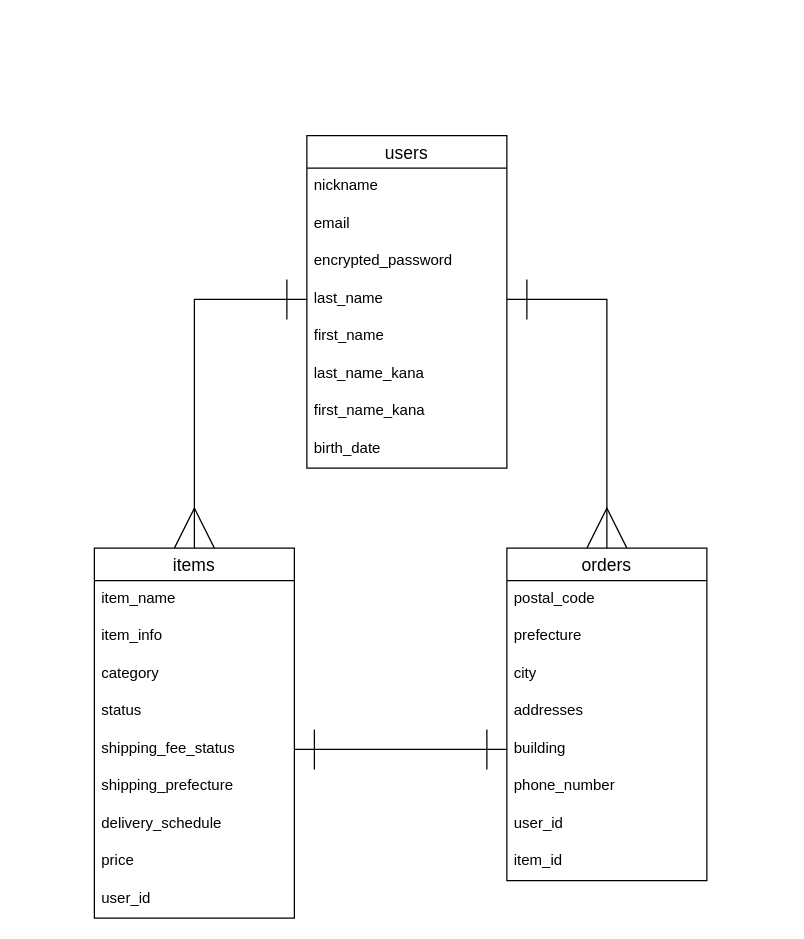
Above: er_fig.dio in 28niwa2108/furima-36323 (draw.io), before the change. Source tidied: cells renumbered, new cells numbered last; positions are measured from the earlier drawing's top-left corner, leaving out a move shared by most shapes. Both pictures are drawn from the tidied source at 125%, with x=0, y=0 at pixel (94, 135).
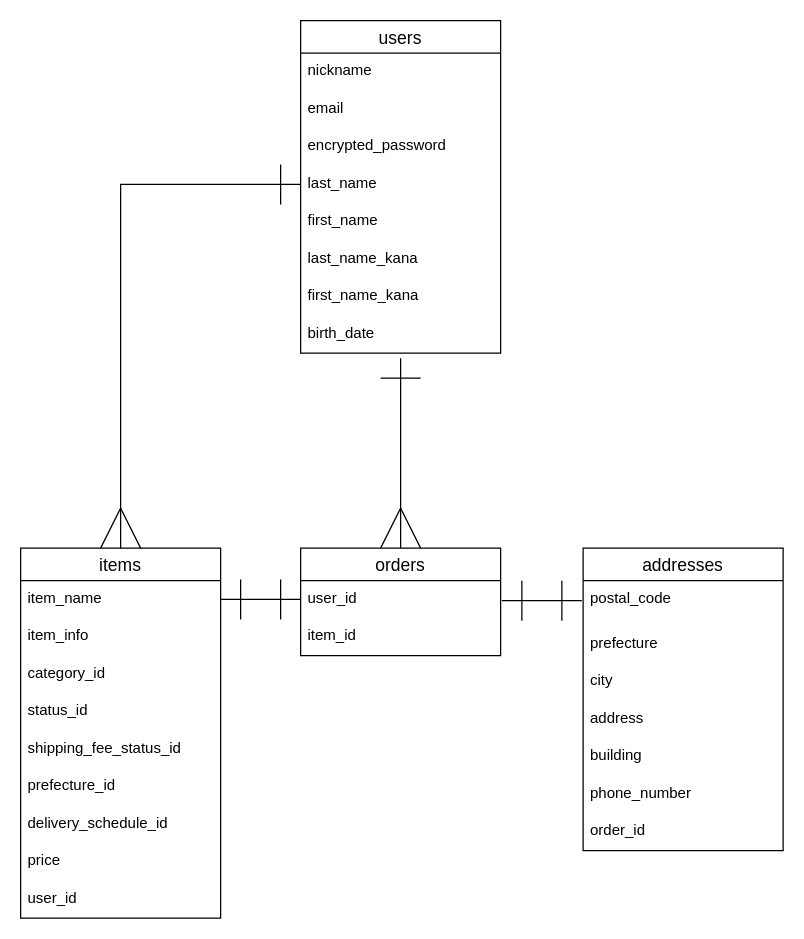
After the change.

Commit message (it also covers changes not shown here):
購入機能に関するテーブル分割

The change refers to these unchanged cells:
```xml
<mxCell id="6" value="last_name" style="text;strokeColor=none;fillColor=none;spacingLeft=4;spacingRight=4;overflow=hidden;points=[[0,0.5],[1,0.5]];portConstraint=eastwest;fontSize=12;" parent="2" vertex="1">
  <mxGeometry y="116" width="160" height="30" as="geometry" />
</mxCell>
<mxCell id="12" value="item_name" style="text;strokeColor=none;fillColor=none;spacingLeft=4;spacingRight=4;overflow=hidden;points=[[0,0.5],[1,0.5]];portConstraint=eastwest;fontSize=12;" parent="11" vertex="1">
  <mxGeometry y="26" width="160" height="30" as="geometry" />
</mxCell>
```

Diff of the diagram source:
```diff
@@
     <mxCell id="2" value="users" style="swimlane;fontStyle=0;horizontal=1;startSize=26;align=center;fontSize=14;" parent="1" vertex="1">
-      <mxGeometry x="170" width="160" height="266" as="geometry" />
+      <mxGeometry x="165" y="-92" width="160" height="266" as="geometry" />
     </mxCell>
@@
     <mxCell id="11" value="items" style="swimlane;fontStyle=0;horizontal=1;startSize=26;align=center;fontSize=14;" parent="1" vertex="1">
-      <mxGeometry y="330" width="160" height="296" as="geometry" />
+      <mxGeometry x="-59" y="330" width="160" height="296" as="geometry" />
     </mxCell>
@@
-    <mxCell id="14" value="category" style="text;strokeColor=none;fillColor=none;spacingLeft=4;spacingRight=4;overflow=hidden;fontSize=12;" parent="11" vertex="1">
+    <mxCell id="14" value="category_id" style="text;strokeColor=none;fillColor=none;spacingLeft=4;spacingRight=4;overflow=hidden;fontSize=12;" parent="11" vertex="1">
       <mxGeometry y="86" width="160" height="30" as="geometry" />
     </mxCell>
-    <mxCell id="15" value="status" style="text;strokeColor=none;fillColor=none;spacingLeft=4;spacingRight=4;overflow=hidden;fontSize=12;" parent="11" vertex="1">
+    <mxCell id="15" value="status_id" style="text;strokeColor=none;fillColor=none;spacingLeft=4;spacingRight=4;overflow=hidden;fontSize=12;" parent="11" vertex="1">
       <mxGeometry y="116" width="160" height="30" as="geometry" />
     </mxCell>
-    <mxCell id="16" value="shipping_fee_status" style="text;strokeColor=none;fillColor=none;spacingLeft=4;spacingRight=4;overflow=hidden;points=[[0,0.5],[1,0.5]];portConstraint=eastwest;fontSize=12;" parent="11" vertex="1">
+    <mxCell id="16" value="shipping_fee_status_id" style="text;strokeColor=none;fillColor=none;spacingLeft=4;spacingRight=4;overflow=hidden;points=[[0,0.5],[1,0.5]];portConstraint=eastwest;fontSize=12;" parent="11" vertex="1">
       <mxGeometry y="146" width="160" height="30" as="geometry" />
     </mxCell>
-    <mxCell id="17" value="shipping_prefecture" style="text;strokeColor=none;fillColor=none;spacingLeft=4;spacingRight=4;overflow=hidden;fontSize=12;" parent="11" vertex="1">
+    <mxCell id="17" value="prefecture_id" style="text;strokeColor=none;fillColor=none;spacingLeft=4;spacingRight=4;overflow=hidden;fontSize=12;" parent="11" vertex="1">
       <mxGeometry y="176" width="160" height="30" as="geometry" />
     </mxCell>
-    <mxCell id="18" value="delivery_schedule" style="text;strokeColor=none;fillColor=none;spacingLeft=4;spacingRight=4;overflow=hidden;fontSize=12;" parent="11" vertex="1">
+    <mxCell id="18" value="delivery_schedule_id" style="text;strokeColor=none;fillColor=none;spacingLeft=4;spacingRight=4;overflow=hidden;fontSize=12;" parent="11" vertex="1">
       <mxGeometry y="206" width="160" height="30" as="geometry" />
     </mxCell>
@@
-    <mxCell id="21" value="orders" style="swimlane;fontStyle=0;horizontal=1;startSize=26;align=center;fontSize=14;" parent="1" vertex="1">
-      <mxGeometry x="330" y="330" width="160" height="266" as="geometry" />
+    <mxCell id="21" value="addresses" style="swimlane;fontStyle=0;horizontal=1;startSize=26;align=center;fontSize=14;" parent="1" vertex="1">
+      <mxGeometry x="391" y="330" width="160" height="242" as="geometry" />
     </mxCell>
     <mxCell id="22" value="postal_code" style="text;strokeColor=none;fillColor=none;spacingLeft=4;spacingRight=4;overflow=hidden;fontSize=12;" parent="21" vertex="1">
-      <mxGeometry y="26" width="160" height="30" as="geometry" />
+      <mxGeometry y="26" width="160" height="36" as="geometry" />
     </mxCell>
     <mxCell id="23" value="prefecture" style="text;strokeColor=none;fillColor=none;spacingLeft=4;spacingRight=4;overflow=hidden;fontSize=12;" parent="21" vertex="1">
-      <mxGeometry y="56" width="160" height="30" as="geometry" />
+      <mxGeometry y="62" width="160" height="30" as="geometry" />
     </mxCell>
     <mxCell id="24" value="city" style="text;strokeColor=none;fillColor=none;spacingLeft=4;spacingRight=4;overflow=hidden;fontSize=12;" parent="21" vertex="1">
-      <mxGeometry y="86" width="160" height="30" as="geometry" />
+      <mxGeometry y="92" width="160" height="30" as="geometry" />
     </mxCell>
-    <mxCell id="25" value="addresses" style="text;strokeColor=none;fillColor=none;spacingLeft=4;spacingRight=4;overflow=hidden;fontSize=12;" parent="21" vertex="1">
-      <mxGeometry y="116" width="160" height="30" as="geometry" />
+    <mxCell id="25" value="address" style="text;strokeColor=none;fillColor=none;spacingLeft=4;spacingRight=4;overflow=hidden;fontSize=12;" parent="21" vertex="1">
+      <mxGeometry y="122" width="160" height="30" as="geometry" />
     </mxCell>
     <mxCell id="26" value="building" style="text;strokeColor=none;fillColor=none;spacingLeft=4;spacingRight=4;overflow=hidden;points=[[0,0.5],[1,0.5]];portConstraint=eastwest;fontSize=12;" parent="21" vertex="1">
-      <mxGeometry y="146" width="160" height="30" as="geometry" />
+      <mxGeometry y="152" width="160" height="30" as="geometry" />
     </mxCell>
     <mxCell id="27" value="phone_number" style="text;strokeColor=none;fillColor=none;spacingLeft=4;spacingRight=4;overflow=hidden;fontSize=12;" parent="21" vertex="1">
-      <mxGeometry y="176" width="160" height="30" as="geometry" />
+      <mxGeometry y="182" width="160" height="30" as="geometry" />
     </mxCell>
+    <mxCell id="33" value="order_id" style="text;strokeColor=none;fillColor=none;spacingLeft=4;spacingRight=4;overflow=hidden;fontSize=12;" parent="21" vertex="1">
+      <mxGeometry y="212" width="160" height="30" as="geometry" />
+    </mxCell>
+    <mxCell id="30" style="edgeStyle=orthogonalEdgeStyle;rounded=0;jettySize=auto;html=1;exitX=0;exitY=0.5;exitDx=0;exitDy=0;entryX=0.5;entryY=0;entryDx=0;entryDy=0;startArrow=ERone;startFill=0;endArrow=ERmany;endFill=0;strokeWidth=1;endSize=30;startSize=30;" parent="1" edge="1" source="6" target="11">
+      <mxGeometry relative="1" as="geometry" />
+    </mxCell>
+    <mxCell id="34" style="edgeStyle=orthogonalEdgeStyle;rounded=0;jettySize=auto;html=1;exitX=0.5;exitY=0;exitDx=0;exitDy=0;startArrow=ERmany;startFill=0;endArrow=ERone;endFill=0;startSize=30;endSize=30;" parent="1" edge="1" source="35">
+      <mxGeometry relative="1" as="geometry">
+        <mxPoint x="245" y="178" as="targetPoint" />
+      </mxGeometry>
+    </mxCell>
+    <mxCell id="35" value="orders" style="swimlane;fontStyle=0;horizontal=1;startSize=26;align=center;fontSize=14;" parent="1" vertex="1">
+      <mxGeometry x="165" y="330" width="160" height="86" as="geometry" />
+    </mxCell>
-    <mxCell id="28" value="user_id" style="text;strokeColor=none;fillColor=none;spacingLeft=4;spacingRight=4;overflow=hidden;points=[[0,0.5],[1,0.5]];portConstraint=eastwest;fontSize=12;" parent="21" vertex="1">
-      <mxGeometry y="206" width="160" height="30" as="geometry" />
+    <mxCell id="28" value="user_id" style="text;strokeColor=none;fillColor=none;spacingLeft=4;spacingRight=4;overflow=hidden;points=[[0,0.5],[1,0.5]];portConstraint=eastwest;fontSize=12;" parent="35" vertex="1">
+      <mxGeometry y="26" width="160" height="30" as="geometry" />
     </mxCell>
-    <mxCell id="29" value="item_id" style="text;strokeColor=none;fillColor=none;spacingLeft=4;spacingRight=4;overflow=hidden;fontSize=12;" parent="21" vertex="1">
-      <mxGeometry y="236" width="160" height="30" as="geometry" />
+    <mxCell id="29" value="item_id" style="text;strokeColor=none;fillColor=none;spacingLeft=4;spacingRight=4;overflow=hidden;fontSize=12;" parent="35" vertex="1">
+      <mxGeometry y="56" width="160" height="30" as="geometry" />
     </mxCell>
-    <mxCell id="30" style="edgeStyle=orthogonalEdgeStyle;rounded=0;jettySize=auto;html=1;exitX=0;exitY=0.5;exitDx=0;exitDy=0;entryX=0.5;entryY=0;entryDx=0;entryDy=0;startArrow=ERone;startFill=0;endArrow=ERmany;endFill=0;strokeWidth=1;endSize=30;startSize=30;" parent="1" edge="1" source="6" target="11">
-      <mxGeometry relative="1" as="geometry" />
-    </mxCell>
-    <mxCell id="31" style="edgeStyle=orthogonalEdgeStyle;rounded=0;jettySize=auto;html=1;exitX=1;exitY=0.5;exitDx=0;exitDy=0;entryX=0.5;entryY=0;entryDx=0;entryDy=0;startArrow=ERone;startFill=0;endArrow=ERmany;endFill=0;startSize=30;endSize=30;strokeWidth=1;" parent="1" edge="1" source="6" target="21">
-      <mxGeometry relative="1" as="geometry" />
-    </mxCell>
-    <mxCell id="32" style="edgeStyle=orthogonalEdgeStyle;rounded=0;jettySize=auto;html=1;exitX=1;exitY=0.5;exitDx=0;exitDy=0;entryX=0;entryY=0.5;entryDx=0;entryDy=0;startArrow=ERone;startFill=0;endArrow=ERone;endFill=0;startSize=30;endSize=30;strokeWidth=1;" parent="1" edge="1" source="16" target="26">
-      <mxGeometry relative="1" as="geometry" />
-    </mxCell>
+    <mxCell id="36" style="edgeStyle=orthogonalEdgeStyle;rounded=0;jettySize=auto;html=1;exitX=0;exitY=0.5;exitDx=0;exitDy=0;startArrow=ERone;startFill=0;endArrow=ERone;endFill=0;startSize=30;endSize=30;" parent="1" edge="1" source="28" target="12">
+      <mxGeometry relative="1" as="geometry" />
+    </mxCell>
+    <mxCell id="37" style="edgeStyle=orthogonalEdgeStyle;rounded=0;orthogonalLoop=1;jettySize=auto;html=1;exitX=0;exitY=0.5;exitDx=0;exitDy=0;startArrow=ERone;startFill=0;endArrow=ERone;endFill=0;startSize=30;endSize=30;" parent="1" edge="1">
+      <mxGeometry relative="1" as="geometry">
+        <mxPoint x="390" y="372" as="sourcePoint" />
+        <mxPoint x="326" y="372" as="targetPoint" />
+        <Array as="points">
+          <mxPoint x="346" y="372" />
+          <mxPoint x="346" y="372" />
+        </Array>
+      </mxGeometry>
+    </mxCell>
```
